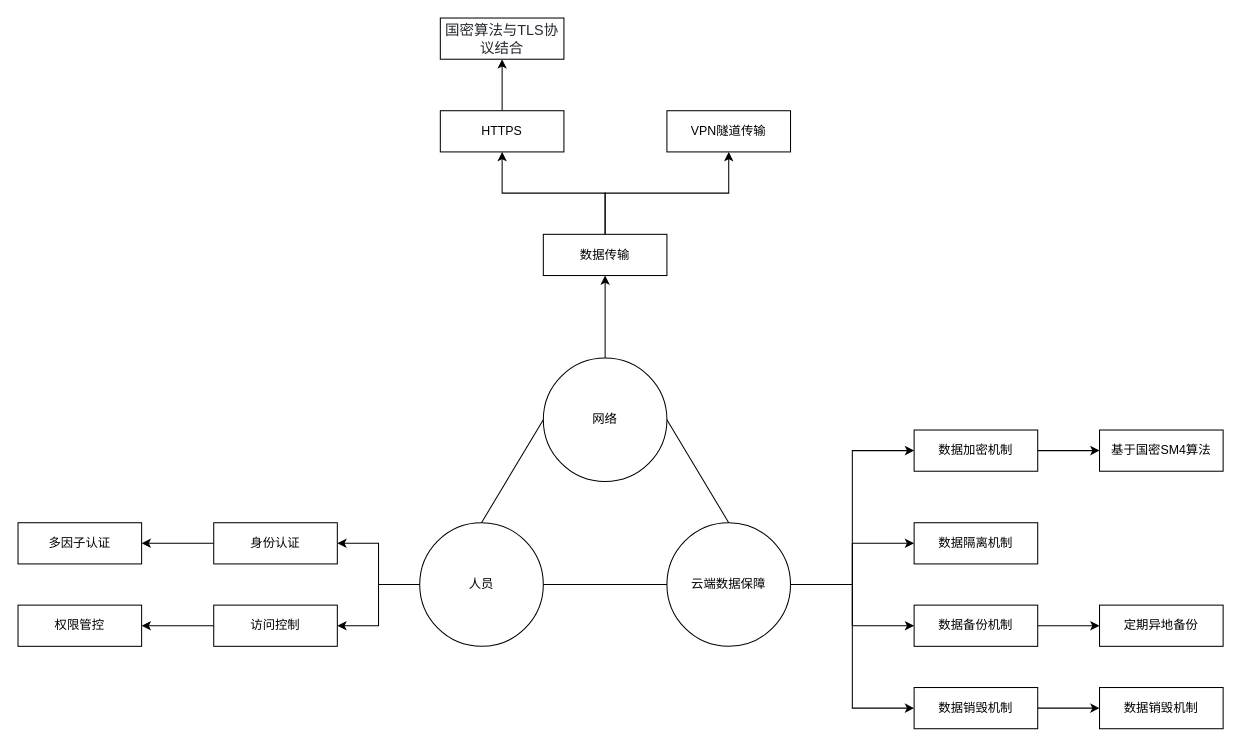
Earlier version of the draw.io diagram Untitled Diagram.drawio (sanchahua/JSINFO-SCAN). Source tidied: cells renumbered, new cells numbered last; positions are measured from the earlier drawing's top-left corner, leaving out a move shared by most shapes. Both pictures are drawn from the tidied source at 103%, with x=0, y=0 at pixel (18, 18).
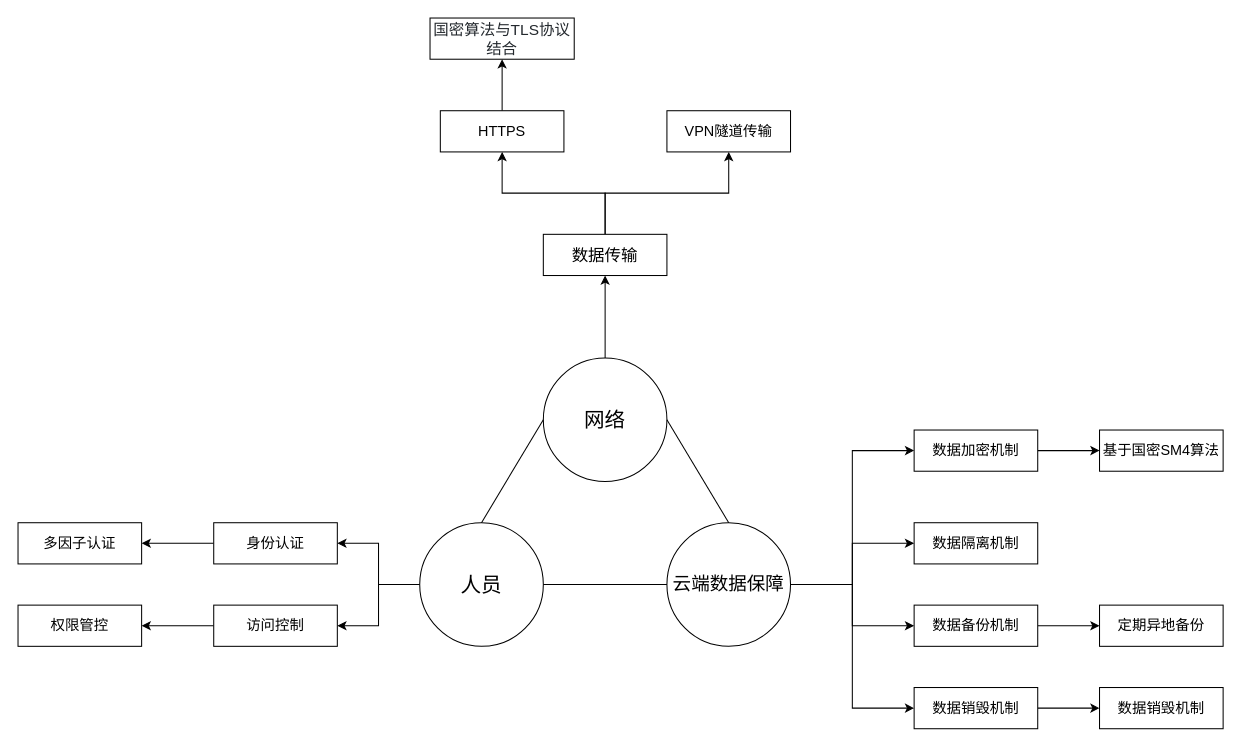
Above is the later version.

Diff of the diagram source:
```diff
@@
-    <mxCell id="3" value="网络" style="ellipse;whiteSpace=wrap;html=1;" parent="1" vertex="1">
+    <mxCell id="3" value="&lt;font style=&quot;font-size: 20px&quot;&gt;网络&lt;/font&gt;" style="ellipse;whiteSpace=wrap;html=1;" parent="1" vertex="1">
       <mxGeometry x="510" y="330" width="120" height="120" as="geometry" />
     </mxCell>
@@
-    <mxCell id="6" value="人员" style="ellipse;whiteSpace=wrap;html=1;" parent="1" vertex="1">
+    <mxCell id="6" value="&lt;font style=&quot;font-size: 20px&quot;&gt;人员&lt;/font&gt;" style="ellipse;whiteSpace=wrap;html=1;" parent="1" vertex="1">
       <mxGeometry x="390" y="490" width="120" height="120" as="geometry" />
     </mxCell>
@@
-    <mxCell id="11" value="云端数据保障" style="ellipse;whiteSpace=wrap;html=1;" parent="1" vertex="1">
+    <mxCell id="11" value="&lt;font style=&quot;font-size: 18px&quot;&gt;云端数据保障&lt;/font&gt;" style="ellipse;whiteSpace=wrap;html=1;" parent="1" vertex="1">
       <mxGeometry x="630" y="490" width="120" height="120" as="geometry" />
     </mxCell>
@@
-    <mxCell id="13" value="身份认证" style="rounded=0;whiteSpace=wrap;html=1;" parent="1" vertex="1">
+    <mxCell id="13" value="&lt;font style=&quot;font-size: 14px&quot;&gt;身份认证&lt;/font&gt;" style="rounded=0;whiteSpace=wrap;html=1;" parent="1" vertex="1">
       <mxGeometry x="190" y="490" width="120" height="40" as="geometry" />
     </mxCell>
@@
-    <mxCell id="15" value="访问控制" style="rounded=0;whiteSpace=wrap;html=1;" parent="1" vertex="1">
+    <mxCell id="15" value="&lt;font style=&quot;font-size: 14px&quot;&gt;访问控制&lt;/font&gt;" style="rounded=0;whiteSpace=wrap;html=1;" parent="1" vertex="1">
       <mxGeometry x="190" y="570" width="120" height="40" as="geometry" />
     </mxCell>
@@
-    <mxCell id="17" value="数据加密机制" style="rounded=0;whiteSpace=wrap;html=1;" parent="1" vertex="1">
+    <mxCell id="17" value="&lt;font style=&quot;font-size: 14px&quot;&gt;数据加密机制&lt;/font&gt;" style="rounded=0;whiteSpace=wrap;html=1;" parent="1" vertex="1">
       <mxGeometry x="870" y="400" width="120" height="40" as="geometry" />
     </mxCell>
-    <mxCell id="18" value="数据隔离机制" style="rounded=0;whiteSpace=wrap;html=1;" parent="1" vertex="1">
+    <mxCell id="18" value="&lt;font style=&quot;font-size: 14px&quot;&gt;数据隔离机制&lt;/font&gt;" style="rounded=0;whiteSpace=wrap;html=1;" parent="1" vertex="1">
       <mxGeometry x="870" y="490" width="120" height="40" as="geometry" />
     </mxCell>
@@
-    <mxCell id="20" value="数据备份机制" style="rounded=0;whiteSpace=wrap;html=1;" parent="1" vertex="1">
+    <mxCell id="20" value="&lt;font style=&quot;font-size: 14px&quot;&gt;数据备份机制&lt;/font&gt;" style="rounded=0;whiteSpace=wrap;html=1;" parent="1" vertex="1">
       <mxGeometry x="870" y="570" width="120" height="40" as="geometry" />
     </mxCell>
@@
-    <mxCell id="22" value="数据销毁机制" style="rounded=0;whiteSpace=wrap;html=1;" parent="1" vertex="1">
+    <mxCell id="22" value="&lt;font style=&quot;font-size: 14px&quot;&gt;数据销毁机制&lt;/font&gt;" style="rounded=0;whiteSpace=wrap;html=1;" parent="1" vertex="1">
       <mxGeometry x="870" y="650" width="120" height="40" as="geometry" />
     </mxCell>
@@
-    <mxCell id="26" value="基于国密SM4算法" style="rounded=0;whiteSpace=wrap;html=1;" parent="1" vertex="1">
+    <mxCell id="26" value="&lt;font style=&quot;font-size: 14px&quot;&gt;基于国密SM4算法&lt;/font&gt;" style="rounded=0;whiteSpace=wrap;html=1;" parent="1" vertex="1">
       <mxGeometry x="1050" y="400" width="120" height="40" as="geometry" />
     </mxCell>
-    <mxCell id="27" value="定期异地备份" style="rounded=0;whiteSpace=wrap;html=1;" parent="1" vertex="1">
+    <mxCell id="27" value="&lt;font style=&quot;font-size: 14px&quot;&gt;定期异地备份&lt;/font&gt;" style="rounded=0;whiteSpace=wrap;html=1;" parent="1" vertex="1">
       <mxGeometry x="1050" y="570" width="120" height="40" as="geometry" />
     </mxCell>
-    <mxCell id="28" value="数据销毁机制" style="rounded=0;whiteSpace=wrap;html=1;" parent="1" vertex="1">
+    <mxCell id="28" value="&lt;font style=&quot;font-size: 14px&quot;&gt;数据销毁机制&lt;/font&gt;" style="rounded=0;whiteSpace=wrap;html=1;" parent="1" vertex="1">
       <mxGeometry x="1050" y="650" width="120" height="40" as="geometry" />
     </mxCell>
@@
-    <mxCell id="31" value="数据传输" style="rounded=0;whiteSpace=wrap;html=1;" parent="1" vertex="1">
+    <mxCell id="31" value="&lt;font style=&quot;font-size: 16px&quot;&gt;数据传输&lt;/font&gt;" style="rounded=0;whiteSpace=wrap;html=1;" parent="1" vertex="1">
       <mxGeometry x="510" y="210" width="120" height="40" as="geometry" />
     </mxCell>
-    <mxCell id="32" value="VPN隧道传输" style="rounded=0;whiteSpace=wrap;html=1;" parent="1" vertex="1">
+    <mxCell id="32" value="&lt;font style=&quot;font-size: 14px&quot;&gt;VPN隧道传输&lt;/font&gt;" style="rounded=0;whiteSpace=wrap;html=1;" parent="1" vertex="1">
       <mxGeometry x="630" y="90" width="120" height="40" as="geometry" />
     </mxCell>
@@
-    <mxCell id="34" value="HTTPS" style="rounded=0;whiteSpace=wrap;html=1;" parent="1" vertex="1">
+    <mxCell id="34" value="&lt;font style=&quot;font-size: 14px&quot;&gt;HTTPS&lt;/font&gt;" style="rounded=0;whiteSpace=wrap;html=1;" parent="1" vertex="1">
       <mxGeometry x="410" y="90" width="120" height="40" as="geometry" />
     </mxCell>
-    <mxCell id="35" value="多因子认证" style="rounded=0;whiteSpace=wrap;html=1;" parent="1" vertex="1">
+    <mxCell id="35" value="&lt;font style=&quot;font-size: 14px&quot;&gt;多因子认证&lt;/font&gt;" style="rounded=0;whiteSpace=wrap;html=1;" parent="1" vertex="1">
       <mxGeometry y="490" width="120" height="40" as="geometry" />
     </mxCell>
-    <mxCell id="36" value="权限管控" style="rounded=0;whiteSpace=wrap;html=1;" parent="1" vertex="1">
+    <mxCell id="36" value="&lt;font style=&quot;font-size: 14px&quot;&gt;权限管控&lt;/font&gt;" style="rounded=0;whiteSpace=wrap;html=1;" parent="1" vertex="1">
       <mxGeometry y="570" width="120" height="40" as="geometry" />
     </mxCell>
-    <mxCell id="37" value="&lt;span style=&quot;box-sizing: border-box ; color: rgb(36 , 41 , 46) ; font-size: 14px ; background-color: rgb(255 , 255 , 255)&quot;&gt;国密算法与TLS协议结合&lt;/span&gt;" style="rounded=0;whiteSpace=wrap;html=1;" parent="1" vertex="1">
-      <mxGeometry x="410" width="120" height="40" as="geometry" />
+    <mxCell id="37" value="&lt;span style=&quot;box-sizing: border-box ; color: rgb(36 , 41 , 46) ; background-color: rgb(255 , 255 , 255)&quot;&gt;&lt;font style=&quot;font-size: 15px&quot;&gt;国密算法与TLS协议结合&lt;/font&gt;&lt;/span&gt;" style="rounded=0;whiteSpace=wrap;html=1;" parent="1" vertex="1">
+      <mxGeometry x="400" width="140" height="40" as="geometry" />
     </mxCell>
```
